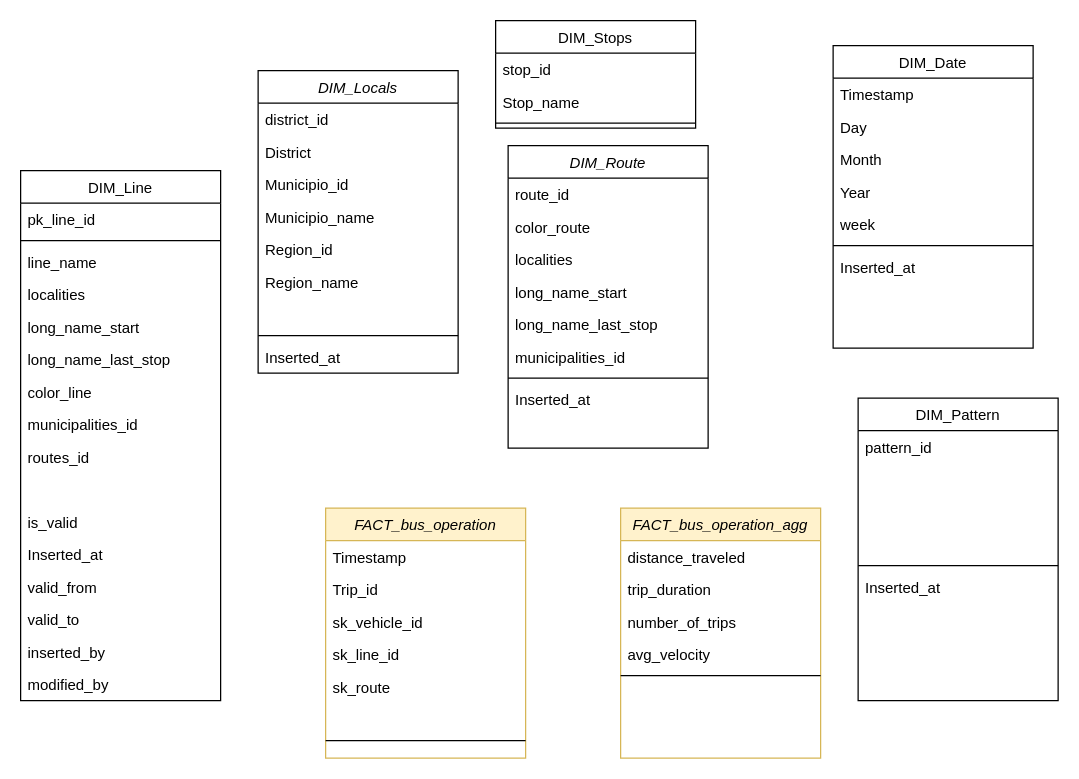
Above: Diagrama sem nome.drawio in joao-dias-25/final-project-edit (draw.io), before the change. Source tidied: cells renumbered, new cells numbered last; positions are measured from the earlier drawing's top-left corner, leaving out a move shared by most shapes. Both pictures are drawn from the tidied source at 125%, with x=0, y=0 at pixel (20, 20).
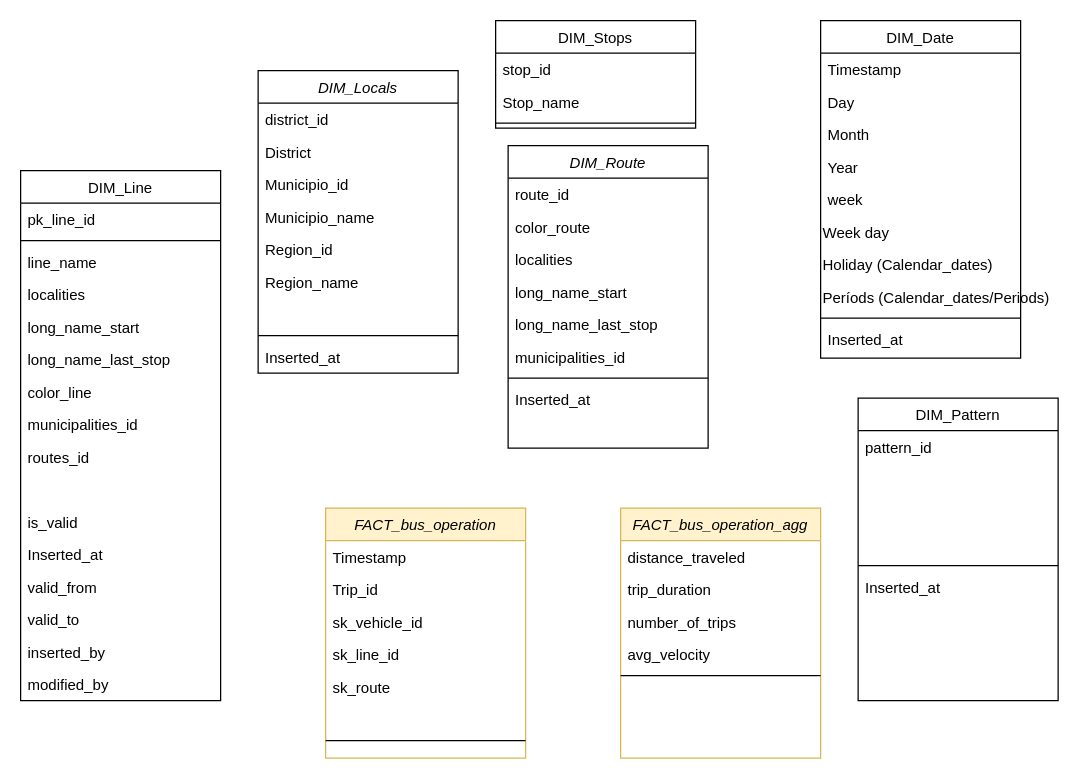
After the change.

Change to the diagram source:
```diff
@@
     <mxCell id="33" value="DIM_Date" style="swimlane;fontStyle=0;align=center;verticalAlign=top;horizontal=1;startSize=26;rounded=0;shadow=0;strokeWidth=1;" parent="1" vertex="1">
-      <mxGeometry x="650" y="20" width="160" height="242" as="geometry" />
+      <mxGeometry x="640" width="160" height="270" as="geometry" />
     </mxCell>
@@
+    <mxCell id="71" value="Week day" style="text;strokeColor=none;align=left;fillColor=none;verticalAlign=top;rounded=0;spacingRight=4;" parent="33" vertex="1">
+      <mxGeometry y="156" width="160" height="26" as="geometry" />
+    </mxCell>
+    <mxCell id="72" value="Holiday (Calendar_dates)" style="text;strokeColor=none;align=left;fillColor=none;verticalAlign=top;rounded=0;spacingRight=4;" parent="33" vertex="1">
+      <mxGeometry y="182" width="160" height="26" as="geometry" />
+    </mxCell>
+    <mxCell id="73" value="Períods (Calendar_dates/Periods)" style="text;strokeColor=none;align=left;fillColor=none;verticalAlign=top;rounded=0;spacingRight=4;" parent="33" vertex="1">
+      <mxGeometry y="208" width="160" height="26" as="geometry" />
+    </mxCell>
     <mxCell id="39" style="line;html=1;strokeWidth=1;align=left;verticalAlign=middle;spacingTop=-1;spacingLeft=3;spacingRight=3;labelPosition=right;" parent="33" vertex="1">
-      <mxGeometry y="156" width="160" height="8" as="geometry" />
+      <mxGeometry y="234" width="160" height="8" as="geometry" />
     </mxCell>
     <mxCell id="40" value="Inserted_at" style="text;align=left;verticalAlign=top;spacingLeft=4;spacingRight=4;overflow=hidden;" parent="33" vertex="1">
-      <mxGeometry y="164" width="160" height="26" as="geometry" />
+      <mxGeometry y="242" width="160" height="26" as="geometry" />
     </mxCell>
```
